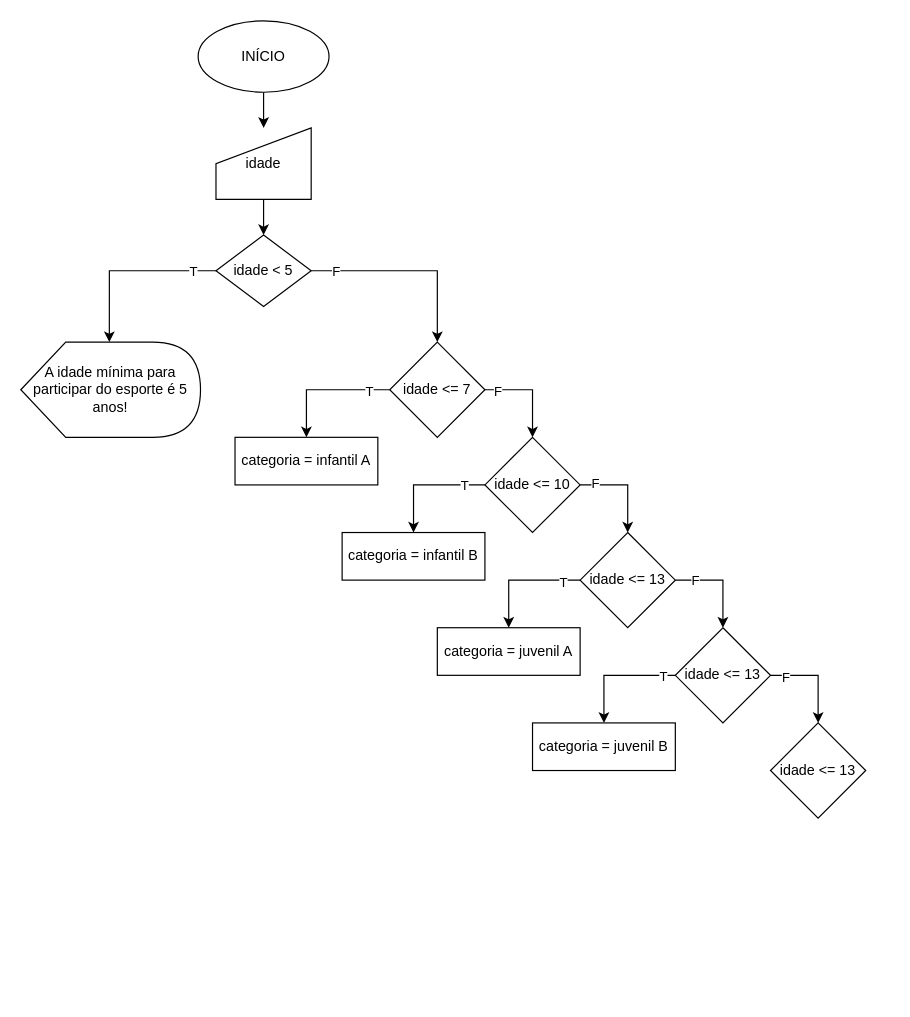
Above: page "Ex05" (4 of 5) of aula-lab005_006-05mar-24/Se Então.drawio in alexandreraminelli/imt-tti103_logica_de_programacao-python (draw.io), before the change. Source tidied: cells renumbered, new cells numbered last; positions are measured from the earlier drawing's top-left corner, leaving out a move shared by most shapes. Both pictures are drawn from the tidied source at 119%, with x=0, y=0 at pixel (20, 20).
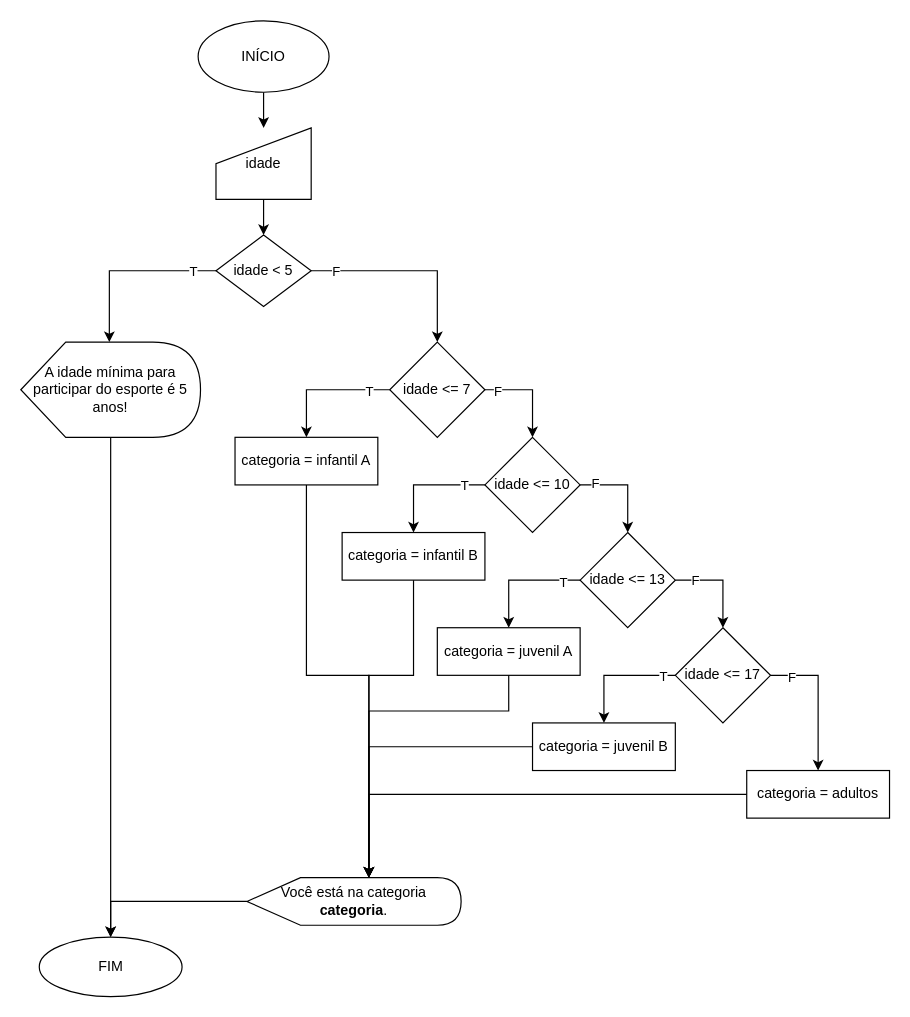
After the change.

Unchanged cells that the change refers to:
```xml
<mxCell id="11" value="A idade mínima para participar do esporte é 5 anos!" style="shape=display;whiteSpace=wrap;html=1;" parent="1" vertex="1">
  <mxGeometry y="270" width="151" height="80" as="geometry" />
</mxCell>
<mxCell id="17" value="categoria = infantil A" style="rounded=0;whiteSpace=wrap;html=1;" parent="1" vertex="1">
  <mxGeometry x="180" y="350" width="120" height="40" as="geometry" />
</mxCell>
<mxCell id="23" value="categoria = infantil B" style="whiteSpace=wrap;html=1;" parent="1" vertex="1">
  <mxGeometry x="270" y="430" width="120" height="40" as="geometry" />
</mxCell>
<mxCell id="29" value="categoria = juvenil A" style="whiteSpace=wrap;html=1;" parent="1" vertex="1">
  <mxGeometry x="350" y="510" width="120" height="40" as="geometry" />
</mxCell>
<mxCell id="35" value="categoria = juvenil B" style="whiteSpace=wrap;html=1;" parent="1" vertex="1">
  <mxGeometry x="430" y="590" width="120" height="40" as="geometry" />
</mxCell>
```

Diff of the diagram source:
```diff
@@
+    <mxCell id="37" style="edgeStyle=orthogonalEdgeStyle;rounded=0;jettySize=auto;html=1;entryX=0.5;entryY=0;entryDx=0;entryDy=0;" parent="1" edge="1" source="11" target="46">
+      <mxGeometry relative="1" as="geometry" />
+    </mxCell>
@@
-    <mxCell id="32" style="edgeStyle=orthogonalEdgeStyle;rounded=0;jettySize=auto;html=1;exitX=1;exitY=0.5;exitDx=0;exitDy=0;" parent="1" edge="1" source="34" target="36">
+    <mxCell id="32" style="edgeStyle=orthogonalEdgeStyle;rounded=0;jettySize=auto;html=1;exitX=1;exitY=0.5;exitDx=0;exitDy=0;entryX=0.5;entryY=0;entryDx=0;entryDy=0;" parent="1" edge="1" source="34" target="38">
       <mxGeometry relative="1" as="geometry" />
     </mxCell>
@@
-    <mxCell id="34" value="idade &amp;lt;= 13" style="rhombus;whiteSpace=wrap;html=1;" parent="1" vertex="1">
+    <mxCell id="34" value="idade &amp;lt;= 17" style="rhombus;whiteSpace=wrap;html=1;" parent="1" vertex="1">
       <mxGeometry x="550" y="510" width="80" height="80" as="geometry" />
     </mxCell>
@@
-    <mxCell id="36" value="idade &amp;lt;= 13" style="rhombus;whiteSpace=wrap;html=1;" parent="1" vertex="1">
-      <mxGeometry x="630" y="590" width="80" height="80" as="geometry" />
-    </mxCell>
+    <mxCell id="38" value="categoria = adultos" style="whiteSpace=wrap;html=1;" parent="1" vertex="1">
+      <mxGeometry x="610" y="630" width="120" height="40" as="geometry" />
+    </mxCell>
+    <mxCell id="39" style="edgeStyle=orthogonalEdgeStyle;rounded=0;jettySize=auto;html=1;" parent="1" edge="1" source="40" target="46">
+      <mxGeometry relative="1" as="geometry" />
+    </mxCell>
+    <mxCell id="40" value="Você está na categoria &lt;b&gt;categoria&lt;/b&gt;." style="shape=display;whiteSpace=wrap;html=1;" parent="1" vertex="1">
+      <mxGeometry x="190" y="720" width="180" height="40" as="geometry" />
+    </mxCell>
+    <mxCell id="41" style="edgeStyle=orthogonalEdgeStyle;rounded=0;jettySize=auto;html=1;entryX=0;entryY=0;entryDx=102.5;entryDy=0;entryPerimeter=0;" parent="1" edge="1" source="17" target="40">
+      <mxGeometry relative="1" as="geometry">
+        <Array as="points">
+          <mxPoint x="240" y="550" />
+          <mxPoint x="293" y="550" />
+        </Array>
+      </mxGeometry>
+    </mxCell>
+    <mxCell id="42" style="edgeStyle=orthogonalEdgeStyle;rounded=0;jettySize=auto;html=1;entryX=0;entryY=0;entryDx=102.5;entryDy=0;entryPerimeter=0;" parent="1" edge="1" source="23" target="40">
+      <mxGeometry relative="1" as="geometry">
+        <Array as="points">
+          <mxPoint x="330" y="550" />
+          <mxPoint x="293" y="550" />
+        </Array>
+      </mxGeometry>
+    </mxCell>
+    <mxCell id="43" style="edgeStyle=orthogonalEdgeStyle;rounded=0;jettySize=auto;html=1;entryX=0;entryY=0;entryDx=102.5;entryDy=0;entryPerimeter=0;" parent="1" edge="1" source="29" target="40">
+      <mxGeometry relative="1" as="geometry">
+        <Array as="points">
+          <mxPoint x="410" y="580" />
+          <mxPoint x="293" y="580" />
+        </Array>
+      </mxGeometry>
+    </mxCell>
+    <mxCell id="44" style="edgeStyle=orthogonalEdgeStyle;rounded=0;jettySize=auto;html=1;entryX=0;entryY=0;entryDx=102.5;entryDy=0;entryPerimeter=0;" parent="1" edge="1" source="35" target="40">
+      <mxGeometry relative="1" as="geometry">
+        <Array as="points">
+          <mxPoint x="293" y="610" />
+        </Array>
+      </mxGeometry>
+    </mxCell>
+    <mxCell id="45" style="edgeStyle=orthogonalEdgeStyle;rounded=0;jettySize=auto;html=1;entryX=0;entryY=0;entryDx=102.5;entryDy=0;entryPerimeter=0;" parent="1" edge="1" source="38" target="40">
+      <mxGeometry relative="1" as="geometry" />
+    </mxCell>
+    <mxCell id="46" value="FIM" style="ellipse;whiteSpace=wrap;html=1;" parent="1" vertex="1">
+      <mxGeometry x="15.5" y="770" width="120" height="50" as="geometry" />
+    </mxCell>
```
